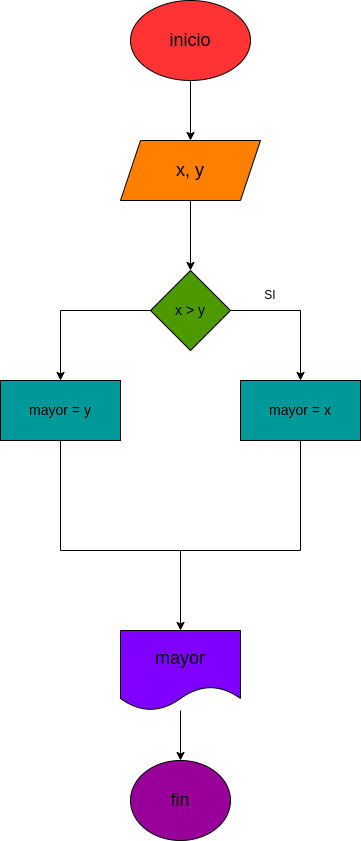
Above: diagrama.png in lexymolina/mayor_2enteros (draw.io), before the change. Source tidied: cells renumbered, new cells last; positions are measured from the earlier drawing's top-left corner, leaving out a move shared by most shapes.
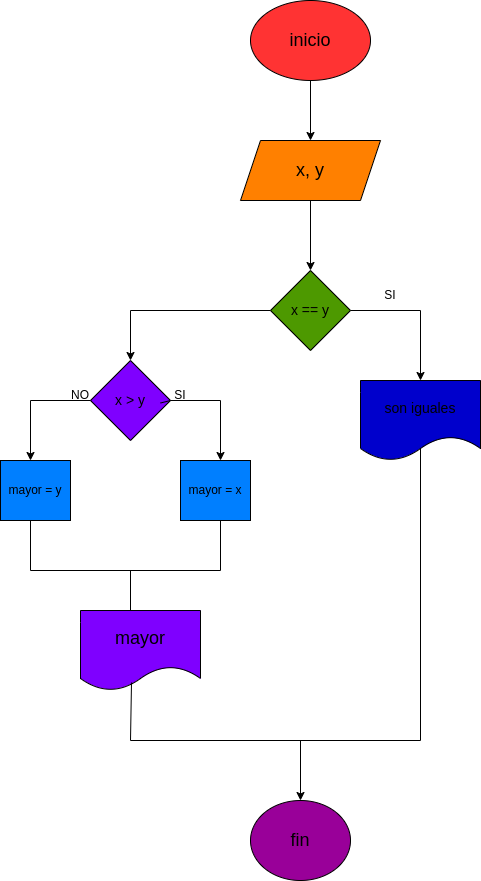
After the commit.

What changed in the source:
```diff
@@ -33,56 +33,118 @@
     <mxCell id="8" style="endArrow=none;html=1;exitX=0;exitY=0.5;exitDx=0;exitDy=0;" parent="1" edge="1">
       <mxGeometry relative="1" as="geometry">
         <mxPoint x="150" y="310" as="sourcePoint" />
-        <mxPoint x="60" y="310" as="targetPoint" />
+        <mxPoint x="10" y="310" as="targetPoint" />
       </mxGeometry>
     </mxCell>
-    <mxCell id="9" style="endArrow=classic;html=1;" parent="1" edge="1">
+    <mxCell id="9" style="endArrow=classic;html=1;entryX=0.5;entryY=0;entryDx=0;entryDy=0;" parent="1" edge="1" target="21">
       <mxGeometry relative="1" as="geometry">
-        <mxPoint x="60" y="310" as="sourcePoint" />
-        <mxPoint x="60" y="380" as="targetPoint" />
+        <mxPoint x="10" y="310" as="sourcePoint" />
       </mxGeometry>
     </mxCell>
-    <mxCell id="10" value="&lt;font style=&quot;font-size: 14px;&quot;&gt;mayor = y&lt;/font&gt;" style="rounded=0;whiteSpace=wrap;html=1;fillColor=#009999;" parent="1" vertex="1">
-      <mxGeometry y="380" width="120" height="60" as="geometry" />
-    </mxCell>
-    <mxCell id="11" value="&lt;font style=&quot;font-size: 14px;&quot;&gt;mayor = x&lt;/font&gt;" style="rounded=0;whiteSpace=wrap;html=1;fillColor=#009999;" parent="1" vertex="1">
-      <mxGeometry x="240" y="380" width="120" height="60" as="geometry" />
-    </mxCell>
-    <mxCell id="12" style="endArrow=none;html=1;exitX=0.5;exitY=1;exitDx=0;exitDy=0;" parent="1" edge="1" source="10">
-      <mxGeometry relative="1" as="geometry">
-        <mxPoint x="60" y="550" as="targetPoint" />
-      </mxGeometry>
-    </mxCell>
-    <mxCell id="13" style="endArrow=none;html=1;entryX=0.5;entryY=1;entryDx=0;entryDy=0;" parent="1" edge="1" target="11">
+    <mxCell id="13" style="endArrow=none;html=1;entryX=0.5;entryY=1;entryDx=0;entryDy=0;" parent="1" edge="1">
       <mxGeometry relative="1" as="geometry">
-        <mxPoint x="300" y="550" as="sourcePoint" />
+        <mxPoint x="300" y="740" as="sourcePoint" />
+        <mxPoint x="300" y="440" as="targetPoint" />
       </mxGeometry>
     </mxCell>
-    <mxCell id="14" style="endArrow=none;html=1;" parent="1" edge="1">
-      <mxGeometry relative="1" as="geometry">
-        <mxPoint x="60" y="550" as="sourcePoint" />
-        <mxPoint x="300" y="550" as="targetPoint" />
-      </mxGeometry>
-    </mxCell>
-    <mxCell id="15" style="endArrow=classic;html=1;" parent="1" edge="1" target="17">
-      <mxGeometry relative="1" as="geometry">
-        <mxPoint x="180" y="550" as="sourcePoint" />
-      </mxGeometry>
-    </mxCell>
-    <mxCell id="16" style="edgeStyle=none;html=1;" parent="1" edge="1" source="17" target="18">
-      <mxGeometry relative="1" as="geometry" />
+    <mxCell id="16" style="edgeStyle=none;html=1;" parent="1" edge="1">
+      <mxGeometry relative="1" as="geometry">
+        <mxPoint x="180" y="740" as="sourcePoint" />
+        <mxPoint x="180" y="800" as="targetPoint" />
+      </mxGeometry>
     </mxCell>
     <mxCell id="17" value="&lt;font style=&quot;font-size: 18px;&quot;&gt;mayor&lt;/font&gt;" style="shape=document;whiteSpace=wrap;html=1;boundedLbl=1;fillColor=#7F00FF;" parent="1" vertex="1">
-      <mxGeometry x="120" y="630" width="120" height="80" as="geometry" />
+      <mxGeometry x="-40" y="610" width="120" height="80" as="geometry" />
     </mxCell>
     <mxCell id="18" value="&lt;font style=&quot;font-size: 18px;&quot;&gt;fin&lt;/font&gt;" style="ellipse;whiteSpace=wrap;html=1;fillColor=#990099;" parent="1" vertex="1">
-      <mxGeometry x="130" y="760" width="100" height="80" as="geometry" />
+      <mxGeometry x="130" y="800" width="100" height="80" as="geometry" />
     </mxCell>
-    <mxCell id="19" value="&lt;font style=&quot;font-size: 14px;&quot;&gt;x &amp;gt; y&lt;/font&gt;" style="rhombus;whiteSpace=wrap;html=1;fillColor=#4D9900;" parent="1" vertex="1">
+    <mxCell id="19" value="&lt;font style=&quot;font-size: 14px;&quot;&gt;x == y&lt;/font&gt;" style="rhombus;whiteSpace=wrap;html=1;fillColor=#4D9900;" parent="1" vertex="1">
       <mxGeometry x="150" y="270" width="80" height="80" as="geometry" />
     </mxCell>
     <mxCell id="20" value="SI" style="text;html=1;strokeColor=none;fillColor=none;align=center;verticalAlign=middle;whiteSpace=wrap;rounded=0;" parent="1" vertex="1">
       <mxGeometry x="240" y="280" width="60" height="30" as="geometry" />
     </mxCell>
+    <mxCell id="21" value="x &amp;gt; y" style="rhombus;whiteSpace=wrap;html=1;fontSize=14;fillColor=#7F00FF;" parent="1" vertex="1">
+      <mxGeometry x="-30" y="360" width="80" height="80" as="geometry" />
+    </mxCell>
+    <mxCell id="22" value="son iguales" style="shape=document;whiteSpace=wrap;html=1;boundedLbl=1;fontSize=14;fillColor=#0000CC;" parent="1" vertex="1">
+      <mxGeometry x="240" y="380" width="120" height="80" as="geometry" />
+    </mxCell>
+    <mxCell id="23" style="endArrow=none;html=1;startArrow=none;" parent="1" edge="1">
+      <mxGeometry relative="1" as="geometry">
+        <mxPoint x="100" y="400" as="sourcePoint" />
+        <mxPoint x="50" y="400" as="targetPoint" />
+      </mxGeometry>
+    </mxCell>
+    <mxCell id="24" style="endArrow=classic;html=1;" parent="1" edge="1">
+      <mxGeometry relative="1" as="geometry">
+        <mxPoint x="100" y="400" as="sourcePoint" />
+        <mxPoint x="100" y="460" as="targetPoint" />
+      </mxGeometry>
+    </mxCell>
+    <mxCell id="11" value="mayor = x" style="rounded=0;whiteSpace=wrap;html=1;fillColor=#007FFF;" parent="1" vertex="1">
+      <mxGeometry x="60" y="460" width="70" height="60" as="geometry" />
+    </mxCell>
+    <mxCell id="25" style="endArrow=none;html=1;exitX=0;exitY=0.5;exitDx=0;exitDy=0;" parent="1" edge="1" source="21">
+      <mxGeometry relative="1" as="geometry">
+        <mxPoint x="-90" y="400" as="targetPoint" />
+      </mxGeometry>
+    </mxCell>
+    <mxCell id="26" style="endArrow=classic;html=1;" parent="1" edge="1">
+      <mxGeometry relative="1" as="geometry">
+        <mxPoint x="-90" y="400" as="sourcePoint" />
+        <mxPoint x="-90" y="460" as="targetPoint" />
+      </mxGeometry>
+    </mxCell>
+    <mxCell id="10" value="mayor = y" style="rounded=0;whiteSpace=wrap;html=1;fillColor=#007FFF;" parent="1" vertex="1">
+      <mxGeometry x="-120" y="460" width="70" height="60" as="geometry" />
+    </mxCell>
+    <mxCell id="27" style="endArrow=none;html=1;" parent="1" edge="1">
+      <mxGeometry relative="1" as="geometry">
+        <mxPoint x="-90" y="520" as="sourcePoint" />
+        <mxPoint x="-90" y="570" as="targetPoint" />
+      </mxGeometry>
+    </mxCell>
+    <mxCell id="28" style="endArrow=none;html=1;" parent="1" edge="1">
+      <mxGeometry relative="1" as="geometry">
+        <mxPoint x="100" y="520" as="sourcePoint" />
+        <mxPoint x="100" y="570" as="targetPoint" />
+      </mxGeometry>
+    </mxCell>
+    <mxCell id="29" style="endArrow=none;html=1;" parent="1" edge="1">
+      <mxGeometry relative="1" as="geometry">
+        <mxPoint x="-90" y="570" as="sourcePoint" />
+        <mxPoint x="100" y="570" as="targetPoint" />
+      </mxGeometry>
+    </mxCell>
+    <mxCell id="30" style="endArrow=none;html=1;" parent="1" edge="1">
+      <mxGeometry relative="1" as="geometry">
+        <mxPoint x="10" y="570" as="sourcePoint" />
+        <mxPoint x="10" y="610" as="targetPoint" />
+      </mxGeometry>
+    </mxCell>
+    <mxCell id="31" style="endArrow=none;html=1;" parent="1" edge="1">
+      <mxGeometry relative="1" as="geometry">
+        <mxPoint x="10" y="740" as="sourcePoint" />
+        <mxPoint x="300" y="740" as="targetPoint" />
+      </mxGeometry>
+    </mxCell>
+    <mxCell id="32" style="endArrow=none;html=1;exitX=1;exitY=0.5;exitDx=0;exitDy=0;" parent="1" edge="1" source="21">
+      <mxGeometry relative="1" as="geometry">
+        <mxPoint x="40" y="402.5" as="targetPoint" />
+      </mxGeometry>
+    </mxCell>
+    <mxCell id="33" value="SI" style="text;html=1;strokeColor=none;fillColor=none;align=center;verticalAlign=middle;whiteSpace=wrap;rounded=0;" parent="1" vertex="1">
+      <mxGeometry x="30" y="385" width="60" height="20" as="geometry" />
+    </mxCell>
+    <mxCell id="34" value="NO" style="text;html=1;strokeColor=none;fillColor=none;align=center;verticalAlign=middle;whiteSpace=wrap;rounded=0;" parent="1" vertex="1">
+      <mxGeometry x="-70" y="380" width="60" height="30" as="geometry" />
+    </mxCell>
+    <mxCell id="35" style="endArrow=none;html=1;entryX=0.425;entryY=0.9;entryDx=0;entryDy=0;entryPerimeter=0;" parent="1" edge="1" target="17">
+      <mxGeometry relative="1" as="geometry">
+        <mxPoint x="10" y="740" as="sourcePoint" />
+      </mxGeometry>
+    </mxCell>
   </root>
 </mxGraphModel>
```
